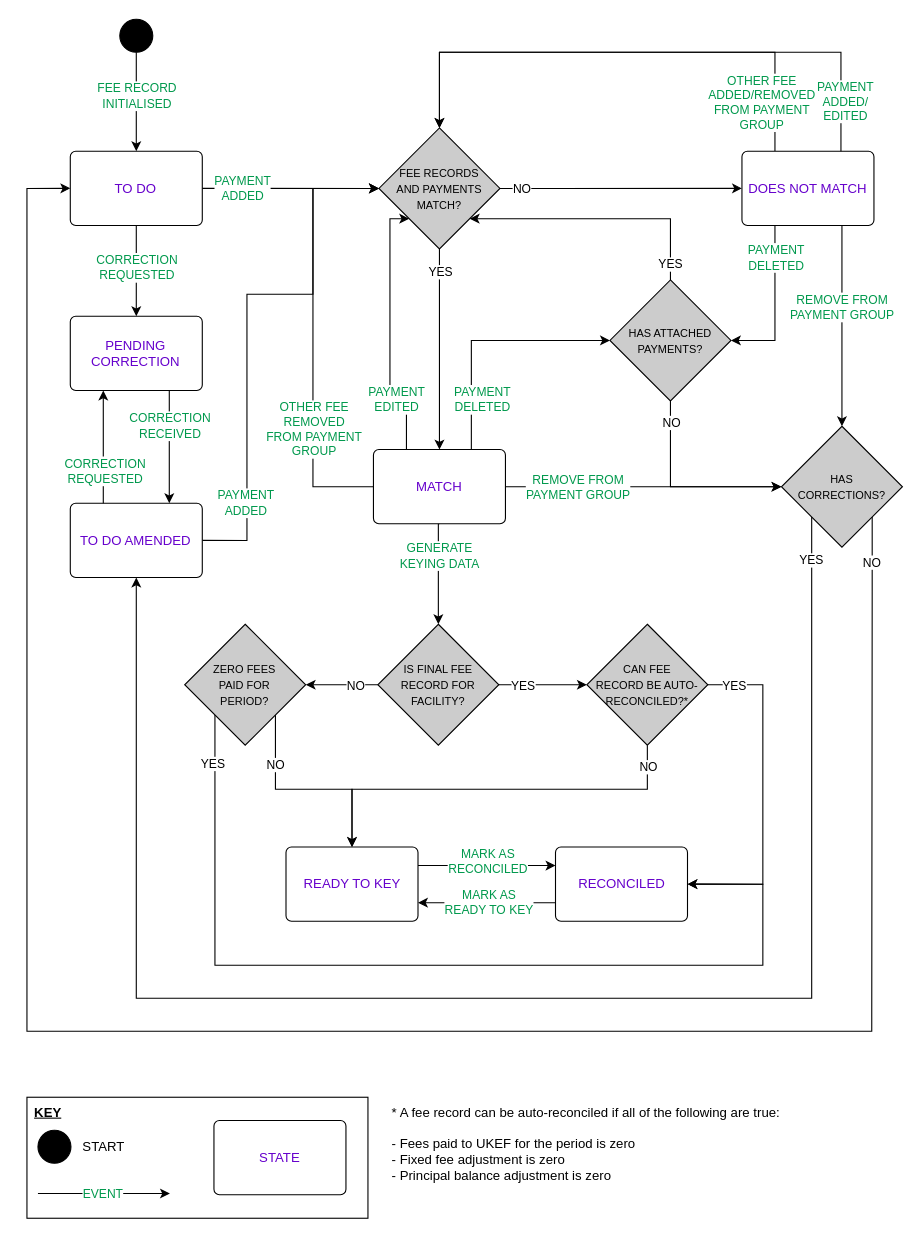
Earlier version of the draw.io diagram doc/assets/fee-record-state-machine.drawio (UK-Export-Finance/dtfs2). Source tidied: cells renumbered, new cells numbered last; positions are measured from the earlier drawing's top-left corner, leaving out a move shared by most shapes. Both pictures are drawn from the tidied source at 110%, with x=0, y=0 at pixel (26, 19).
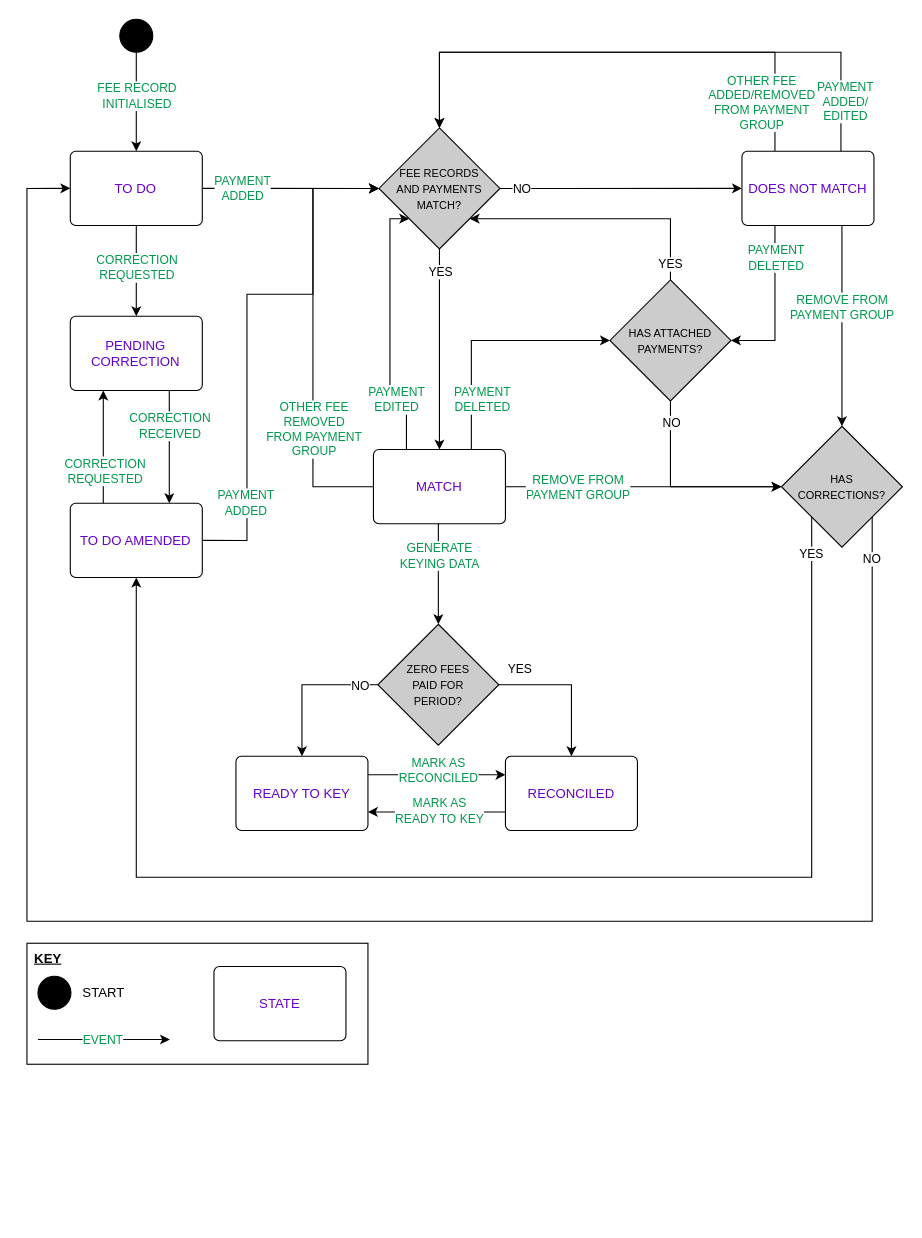
Above is the later version.

Commit message (it also covers changes not shown here):
feat(FN-3813): update fee record state machine diagram

Unchanged cells that the change refers to:
```xml
<mxCell id="4" value="&lt;font color=&quot;#6600cc&quot;&gt;TO DO&lt;/font&gt;" style="html=1;align=center;verticalAlign=middle;rounded=1;absoluteArcSize=1;arcSize=10;dashed=0;whiteSpace=wrap;" parent="1" vertex="1">
  <mxGeometry x="39.4" y="120" width="120" height="67.5" as="geometry" />
</mxCell>
<mxCell id="19" value="&lt;font color=&quot;#6600cc&quot;&gt;TO DO AMENDED&lt;/font&gt;" style="html=1;align=center;verticalAlign=middle;rounded=1;absoluteArcSize=1;arcSize=10;dashed=0;whiteSpace=wrap;" parent="1" vertex="1">
  <mxGeometry x="39.4" y="440" width="120" height="67.5" as="geometry" />
</mxCell>
<mxCell id="36" value="&lt;font style=&quot;font-size: 10px;&quot;&gt;HAS&lt;br&gt;CORRECTIONS?&lt;br&gt;&lt;/font&gt;" style="rhombus;whiteSpace=wrap;html=1;labelBackgroundColor=none;fillColor=#CCCCCC;fontColor=default;" parent="1" vertex="1">
  <mxGeometry x="685.9" y="370" width="110" height="110" as="geometry" />
</mxCell>
```

What changed in the source:
```diff
@@
     <mxCell id="32" style="edgeStyle=orthogonalEdgeStyle;rounded=0;jettySize=auto;html=1;exitX=0;exitY=1;exitDx=0;exitDy=0;entryX=0.5;entryY=1;entryDx=0;entryDy=0;" parent="1" edge="1" source="36" target="19">
       <mxGeometry relative="1" as="geometry">
         <Array as="points">
-          <mxPoint x="713" y="890" />
-          <mxPoint x="99" y="890" />
+          <mxPoint x="713" y="780" />
+          <mxPoint x="99" y="780" />
         </Array>
       </mxGeometry>
     </mxCell>
@@
     <mxCell id="34" style="edgeStyle=orthogonalEdgeStyle;rounded=0;jettySize=auto;html=1;exitX=1;exitY=1;exitDx=0;exitDy=0;entryX=0;entryY=0.5;entryDx=0;entryDy=0;" parent="1" edge="1" source="36" target="4">
       <mxGeometry relative="1" as="geometry">
         <Array as="points">
-          <mxPoint x="768" y="520" />
-          <mxPoint x="768" y="920" />
-          <mxPoint y="920" />
+          <mxPoint x="768" y="820" />
+          <mxPoint y="820" />
           <mxPoint y="154" />
         </Array>
       </mxGeometry>
     </mxCell>
@@
-    <mxCell id="37" value="* A fee record can be auto-reconciled if all of the following are true:&lt;br&gt;&lt;br&gt;- Fees paid to UKEF for the period is zero&lt;br&gt;- Fixed fee adjustment is zero&lt;br&gt;- Principal balance adjustment is zero" style="text;html=1;strokeColor=none;fillColor=none;align=left;verticalAlign=top;whiteSpace=wrap;rounded=0;" parent="1" vertex="1">
-      <mxGeometry x="330" y="980" width="447" height="110" as="geometry" />
-    </mxCell>
@@
     <mxCell id="52" value="&lt;font color=&quot;#6600cc&quot;&gt;READY TO KEY&lt;/font&gt;" style="html=1;align=center;verticalAlign=middle;rounded=1;absoluteArcSize=1;arcSize=10;dashed=0;whiteSpace=wrap;" parent="1" vertex="1">
-      <mxGeometry x="235.5" y="752.5" width="120" height="67.5" as="geometry" />
+      <mxGeometry x="190" y="670" width="120" height="67.5" as="geometry" />
     </mxCell>
     <mxCell id="53" value="&lt;font color=&quot;#6600cc&quot;&gt;RECONCILED&lt;/font&gt;" style="html=1;align=center;verticalAlign=middle;rounded=1;absoluteArcSize=1;arcSize=10;dashed=0;whiteSpace=wrap;" parent="1" vertex="1">
-      <mxGeometry x="480.5" y="752.5" width="120" height="67.5" as="geometry" />
+      <mxGeometry x="435" y="670" width="120" height="67.5" as="geometry" />
     </mxCell>
-    <mxCell id="54" value="&lt;font style=&quot;font-size: 10px;&quot;&gt;IS FINAL FEE&lt;br&gt;RECORD FOR&lt;br&gt;FACILITY?&lt;br&gt;&lt;/font&gt;" style="rhombus;whiteSpace=wrap;html=1;labelBackgroundColor=none;fillColor=#CCCCCC;fontColor=default;" parent="1" vertex="1">
+    <mxCell id="54" value="&lt;font style=&quot;font-size: 10px;&quot;&gt;ZERO FEES&lt;br&gt;PAID FOR&lt;br&gt;PERIOD?&lt;/font&gt;" style="rhombus;whiteSpace=wrap;html=1;labelBackgroundColor=none;fillColor=#CCCCCC;fontColor=default;" parent="1" vertex="1">
       <mxGeometry x="319" y="550" width="110" height="110" as="geometry" />
     </mxCell>
-    <mxCell id="55" style="edgeStyle=orthogonalEdgeStyle;rounded=0;jettySize=auto;html=1;exitX=0;exitY=1;exitDx=0;exitDy=0;entryX=1;entryY=0.5;entryDx=0;entryDy=0;" parent="1" edge="1" source="59" target="53">
-      <mxGeometry relative="1" as="geometry">
-        <Array as="points">
-          <mxPoint x="171" y="860" />
-          <mxPoint x="669" y="860" />
-          <mxPoint x="669" y="786" />
-        </Array>
-      </mxGeometry>
-    </mxCell>
-    <mxCell id="56" value="YES" style="edgeLabel;html=1;align=center;verticalAlign=middle;" parent="55" vertex="1">
-      <mxGeometry x="-0.87" relative="1" as="geometry">
-        <mxPoint x="-2" y="-12" as="offset" />
-      </mxGeometry>
-    </mxCell>
-    <mxCell id="57" style="edgeStyle=orthogonalEdgeStyle;rounded=0;jettySize=auto;html=1;exitX=1;exitY=1;exitDx=0;exitDy=0;entryX=0.5;entryY=0;entryDx=0;entryDy=0;" parent="1" edge="1" source="59" target="52">
-      <mxGeometry relative="1" as="geometry">
-        <Array as="points">
-          <mxPoint x="226" y="700" />
-          <mxPoint x="296" y="700" />
-          <mxPoint x="296" y="753" />
-        </Array>
-      </mxGeometry>
-    </mxCell>
-    <mxCell id="58" value="NO" style="edgeLabel;html=1;align=center;verticalAlign=middle;" parent="57" vertex="1">
-      <mxGeometry x="-0.81" relative="1" as="geometry">
-        <mxPoint y="27" as="offset" />
-      </mxGeometry>
-    </mxCell>
-    <mxCell id="59" value="&lt;font style=&quot;font-size: 10px;&quot;&gt;ZERO FEES &lt;br&gt;PAID FOR&lt;br&gt;PERIOD?&lt;br&gt;&lt;/font&gt;" style="rhombus;whiteSpace=wrap;html=1;labelBackgroundColor=none;fillColor=#CCCCCC;fontColor=default;verticalAlign=middle;" parent="1" vertex="1">
-      <mxGeometry x="143.4" y="550" width="110" height="110" as="geometry" />
-    </mxCell>
-    <mxCell id="60" style="edgeStyle=orthogonalEdgeStyle;rounded=0;jettySize=auto;html=1;exitX=1;exitY=0.5;exitDx=0;exitDy=0;entryX=1;entryY=0.5;entryDx=0;entryDy=0;" parent="1" edge="1" source="64" target="53">
-      <mxGeometry relative="1" as="geometry">
-        <Array as="points">
-          <mxPoint x="669" y="605" />
-          <mxPoint x="669" y="786" />
-        </Array>
-      </mxGeometry>
-    </mxCell>
-    <mxCell id="61" value="YES" style="edgeLabel;html=1;align=center;verticalAlign=middle;" parent="60" vertex="1">
-      <mxGeometry x="-0.9" relative="1" as="geometry">
-        <mxPoint x="8" as="offset" />
-      </mxGeometry>
-    </mxCell>
-    <mxCell id="62" style="edgeStyle=orthogonalEdgeStyle;rounded=0;jettySize=auto;html=1;exitX=0.5;exitY=1;exitDx=0;exitDy=0;entryX=0.5;entryY=0;entryDx=0;entryDy=0;" parent="1" edge="1" source="64" target="52">
-      <mxGeometry relative="1" as="geometry">
-        <Array as="points">
-          <mxPoint x="564" y="700" />
-          <mxPoint x="296" y="700" />
-          <mxPoint x="296" y="753" />
-        </Array>
-      </mxGeometry>
-    </mxCell>
-    <mxCell id="63" value="NO" style="edgeLabel;html=1;align=center;verticalAlign=middle;" parent="62" vertex="1">
-      <mxGeometry x="-0.15" y="-1" relative="1" as="geometry">
-        <mxPoint x="113" y="-20" as="offset" />
-      </mxGeometry>
-    </mxCell>
-    <mxCell id="64" value="&lt;font style=&quot;font-size: 10px;&quot;&gt;CAN FEE&lt;br&gt;RECORD BE AUTO-RECONCILED?*&lt;br&gt;&lt;/font&gt;" style="rhombus;whiteSpace=wrap;html=1;labelBackgroundColor=none;fillColor=#CCCCCC;fontColor=default;verticalAlign=middle;" parent="1" vertex="1">
-      <mxGeometry x="509" y="550" width="110" height="110" as="geometry" />
-    </mxCell>
-    <mxCell id="65" style="edgeStyle=orthogonalEdgeStyle;rounded=0;jettySize=auto;html=1;exitX=0;exitY=0.5;exitDx=0;exitDy=0;entryX=1;entryY=0.5;entryDx=0;entryDy=0;" parent="1" edge="1" source="54" target="59">
-      <mxGeometry relative="1" as="geometry" />
+    <mxCell id="65" style="edgeStyle=orthogonalEdgeStyle;rounded=0;jettySize=auto;html=1;exitX=0;exitY=0.5;exitDx=0;exitDy=0;entryX=0.5;entryY=0;entryDx=0;entryDy=0;" parent="1" edge="1" source="54" target="52">
+      <mxGeometry relative="1" as="geometry">
+        <Array as="points">
+          <mxPoint x="250" y="605" />
+        </Array>
+      </mxGeometry>
     </mxCell>
     <mxCell id="66" value="NO" style="edgeLabel;html=1;align=center;verticalAlign=middle;" parent="65" vertex="1">
       <mxGeometry x="-0.73" y="-1" relative="1" as="geometry">
-        <mxPoint x="-12" y="1" as="offset" />
+        <mxPoint x="1" y="1" as="offset" />
       </mxGeometry>
     </mxCell>
@@
-    <mxCell id="69" style="edgeStyle=orthogonalEdgeStyle;rounded=0;jettySize=auto;html=1;exitX=1;exitY=0.5;exitDx=0;exitDy=0;entryX=0;entryY=0.5;entryDx=0;entryDy=0;" parent="1" edge="1" source="54" target="64">
+    <mxCell id="69" style="edgeStyle=orthogonalEdgeStyle;rounded=0;jettySize=auto;html=1;exitX=1;exitY=0.5;exitDx=0;exitDy=0;entryX=0.5;entryY=0;entryDx=0;entryDy=0;" parent="1" edge="1" source="54" target="53">
       <mxGeometry relative="1" as="geometry" />
     </mxCell>
     <mxCell id="70" value="YES" style="edgeLabel;html=1;align=center;verticalAlign=middle;" parent="69" vertex="1">
       <mxGeometry x="-0.22" y="-2" relative="1" as="geometry">
-        <mxPoint x="-10" y="-2" as="offset" />
+        <mxPoint x="-33" y="-17" as="offset" />
       </mxGeometry>
     </mxCell>
@@
     <mxCell id="73" style="group;" parent="1" vertex="1">
-      <mxGeometry y="980" width="310" height="110" as="geometry" />
+      <mxGeometry y="840" width="310" height="110" as="geometry" />
     </mxCell>
```
